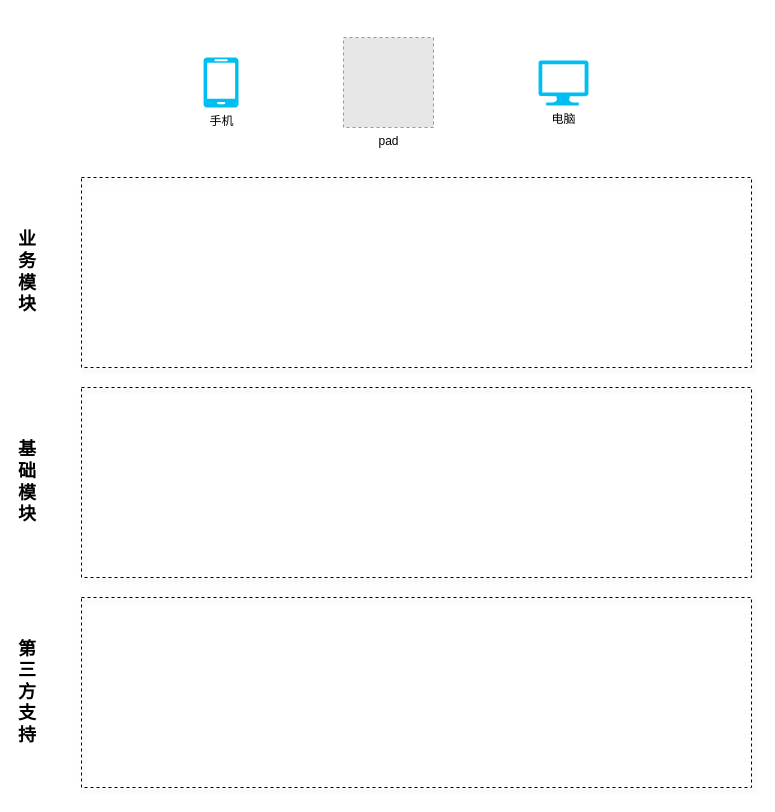
Before: Untitled Diagram.drawio in wangjie5540/drawio, a draw.io diagram. Source tidied: cells renumbered, new cells numbered last; positions are measured from the earlier drawing's top-left corner, leaving out a move shared by most shapes. Both pictures are drawn from the tidied source at 100%, with x=0, y=0 at pixel (17, 37). Pictures stored in the file or linked from it are replaced by grey dashed boxes.
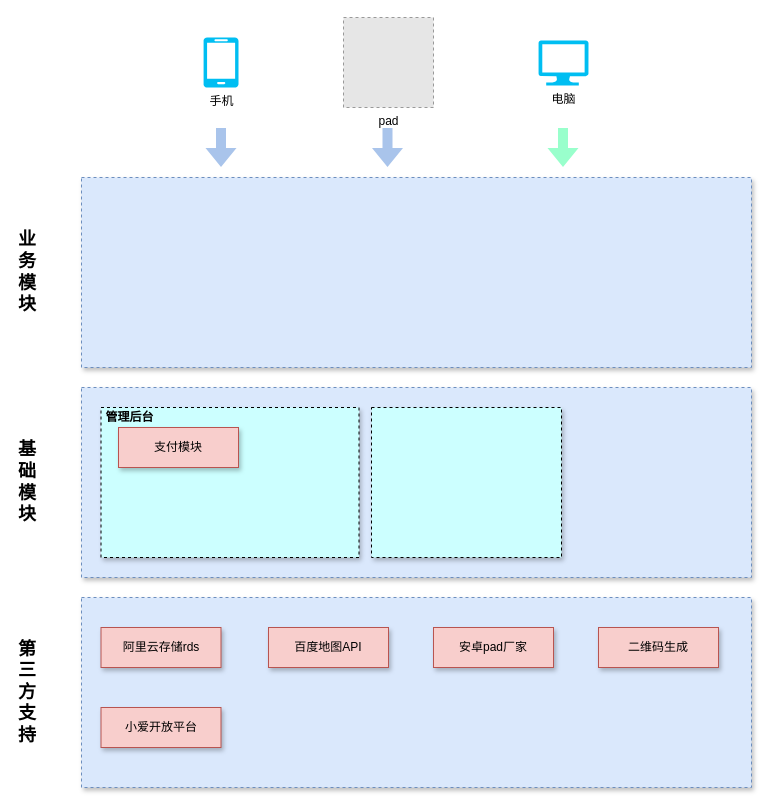
The same page after the edit.

What changed in the source:
```diff
@@
+    <mxCell id="8" style="rounded=0;whiteSpace=wrap;html=1;shadow=1;fillColor=#dae8fc;dashed=1;strokeColor=#6c8ebf;" parent="1" vertex="1">
+      <mxGeometry x="64" y="350" width="670" height="190" as="geometry" />
+    </mxCell>
+    <mxCell id="11" style="rounded=0;whiteSpace=wrap;html=1;shadow=1;strokeColor=#000000;fillColor=#CCFFFF;dashed=1;" parent="1" vertex="1">
+      <mxGeometry x="83.5" y="370" width="258" height="150" as="geometry" />
+    </mxCell>
+    <mxCell id="12" style="shape=flexArrow;endArrow=classic;html=1;strokeColor=none;fillColor=#A9C4EB;" parent="1" edge="1">
+      <mxGeometry relative="1" as="geometry">
+        <mxPoint x="370" y="90" as="sourcePoint" />
+        <mxPoint x="370" y="130" as="targetPoint" />
+      </mxGeometry>
+    </mxCell>
-    <mxCell id="2" style="rounded=0;whiteSpace=wrap;html=1;shadow=1;fillColor=none;dashed=1;" parent="1" vertex="1">
+    <mxCell id="2" style="rounded=0;whiteSpace=wrap;html=1;shadow=1;fillColor=#dae8fc;dashed=1;strokeColor=#6c8ebf;" parent="1" vertex="1">
       <mxGeometry x="64" y="140" width="670" height="190" as="geometry" />
     </mxCell>
     <mxCell id="3" value="手机" style="verticalLabelPosition=bottom;html=1;verticalAlign=top;align=center;strokeColor=none;fillColor=#00BEF2;shape=mxgraph.azure.mobile;" parent="1" vertex="1">
-      <mxGeometry x="186" y="20" width="35" height="50" as="geometry" />
+      <mxGeometry x="186" width="35" height="50" as="geometry" />
     </mxCell>
     <mxCell id="4" value="pad" style="fillColor=#E6E6E6;strokeColor=#999999;dashed=1;html=1;verticalAlign=top;verticalLabelPosition=bottom;labelBackgroundColor=#ffffff;" parent="1" vertex="1">
-      <mxGeometry x="326" width="90" height="90" as="geometry" />
+      <mxGeometry x="326" y="-20" width="90" height="90" as="geometry" />
     </mxCell>
     <mxCell id="5" value="电脑" style="verticalLabelPosition=bottom;html=1;verticalAlign=top;align=center;strokeColor=none;fillColor=#00BEF2;shape=mxgraph.azure.computer;" parent="1" vertex="1">
-      <mxGeometry x="521" y="23" width="50" height="45" as="geometry" />
+      <mxGeometry x="521" y="3" width="50" height="45" as="geometry" />
     </mxCell>
@@
-    <mxCell id="8" style="rounded=0;whiteSpace=wrap;html=1;shadow=1;fillColor=none;dashed=1;" parent="1" vertex="1">
-      <mxGeometry x="64" y="350" width="670" height="190" as="geometry" />
-    </mxCell>
@@
-    <mxCell id="10" style="rounded=0;whiteSpace=wrap;html=1;shadow=1;fillColor=none;dashed=1;" parent="1" vertex="1">
+    <mxCell id="10" style="rounded=0;whiteSpace=wrap;html=1;shadow=1;fillColor=#dae8fc;dashed=1;strokeColor=#6c8ebf;" parent="1" vertex="1">
       <mxGeometry x="64" y="560" width="670" height="190" as="geometry" />
     </mxCell>
+    <mxCell id="13" value="阿里云存储rds" style="rounded=0;whiteSpace=wrap;html=1;shadow=1;fillColor=#f8cecc;strokeColor=#b85450;" parent="1" vertex="1">
+      <mxGeometry x="83.5" y="590" width="120" height="40" as="geometry" />
+    </mxCell>
+    <mxCell id="14" value="百度地图API" style="rounded=0;whiteSpace=wrap;html=1;shadow=1;fillColor=#f8cecc;strokeColor=#b85450;" parent="1" vertex="1">
+      <mxGeometry x="251" y="590" width="120" height="40" as="geometry" />
+    </mxCell>
+    <mxCell id="15" value="安卓pad厂家" style="rounded=0;whiteSpace=wrap;html=1;shadow=1;fillColor=#f8cecc;strokeColor=#b85450;" parent="1" vertex="1">
+      <mxGeometry x="416" y="590" width="120" height="40" as="geometry" />
+    </mxCell>
+    <mxCell id="16" value="二维码生成" style="rounded=0;whiteSpace=wrap;html=1;shadow=1;fillColor=#f8cecc;strokeColor=#b85450;" parent="1" vertex="1">
+      <mxGeometry x="581" y="590" width="120" height="40" as="geometry" />
+    </mxCell>
+    <mxCell id="17" style="shape=flexArrow;endArrow=classic;html=1;strokeColor=none;fillColor=#A9C4EB;" parent="1" edge="1">
+      <mxGeometry relative="1" as="geometry">
+        <mxPoint x="203.5" y="90" as="sourcePoint" />
+        <mxPoint x="203.5" y="130" as="targetPoint" />
+      </mxGeometry>
+    </mxCell>
+    <mxCell id="18" style="shape=flexArrow;endArrow=classic;html=1;strokeColor=none;fillColor=#99FFCC;" parent="1" edge="1">
+      <mxGeometry relative="1" as="geometry">
+        <mxPoint x="545.5" y="90" as="sourcePoint" />
+        <mxPoint x="545.5" y="130" as="targetPoint" />
+      </mxGeometry>
+    </mxCell>
+    <mxCell id="19" value="支付模块" style="rounded=0;whiteSpace=wrap;html=1;shadow=1;fillColor=#f8cecc;strokeColor=#b85450;" parent="1" vertex="1">
+      <mxGeometry x="101" y="390" width="120" height="40" as="geometry" />
+    </mxCell>
+    <mxCell id="20" value="小爱开放平台" style="rounded=0;whiteSpace=wrap;html=1;shadow=1;fillColor=#f8cecc;strokeColor=#b85450;" parent="1" vertex="1">
+      <mxGeometry x="83.5" y="670" width="120" height="40" as="geometry" />
+    </mxCell>
+    <mxCell id="21" value="&lt;b&gt;管理后台&lt;/b&gt;" style="text;html=1;strokeColor=none;fillColor=none;align=center;verticalAlign=middle;whiteSpace=wrap;rounded=0;shadow=1;" parent="1" vertex="1">
+      <mxGeometry x="81" y="370" width="63" height="20" as="geometry" />
+    </mxCell>
+    <mxCell id="22" style="rounded=0;whiteSpace=wrap;html=1;shadow=1;strokeColor=#000000;fillColor=#CCFFFF;dashed=1;" parent="1" vertex="1">
+      <mxGeometry x="354" y="370" width="190" height="150" as="geometry" />
+    </mxCell>
```
